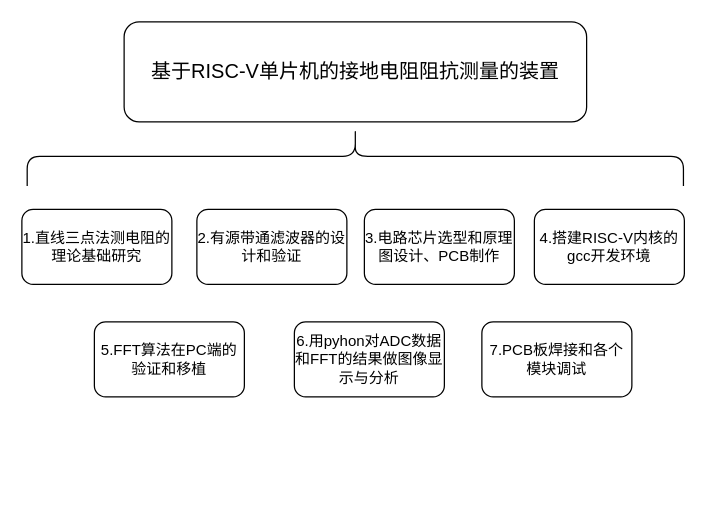
The draw.io diagram Untitled Diagram.drawio in muxi01/process_scheme, before the edit. Source tidied: cells renumbered, new cells numbered last; positions are measured from the earlier drawing's top-left corner, leaving out a move shared by most shapes. Both pictures are drawn from the tidied source at 125%, with x=0, y=0 at pixel (21, -172).
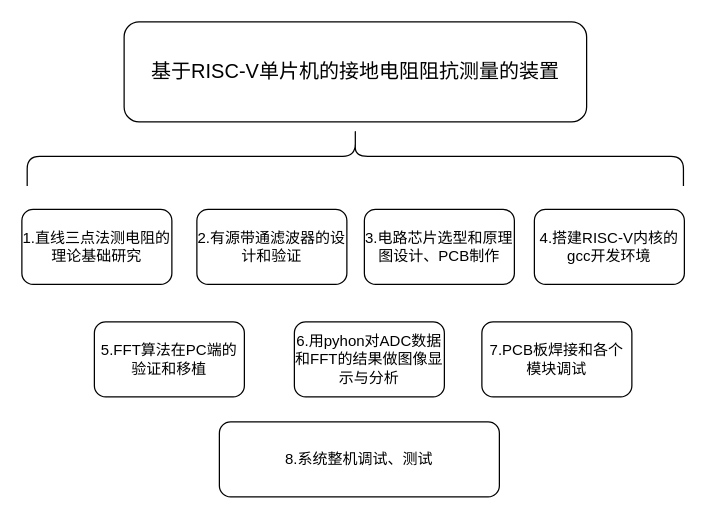
After the change.

Commit message:
更新系统调试测试

What changed in the source:
```diff
@@
 <mxGraphModel>
   <root>
     <mxCell id="0" />
     <mxCell id="1" parent="0" />
     <mxCell id="2" value="&lt;div style=&quot;line-height: 1.15; font-size: 14px;&quot;&gt;&lt;span style=&quot;font-size: 16px; font-family: SimSun, STSong;&quot;&gt;基于RISC-V单片机的接地电阻阻抗测量的装置&lt;/span&gt;&lt;/div&gt;" style="rounded=1;whiteSpace=wrap;html=1;" parent="1" vertex="1">
       <mxGeometry x="81.8" y="155" width="370" height="80" as="geometry" />
     </mxCell>
     <mxCell id="3" value="1.直线三点法测电阻的理论基础研究" style="rounded=1;whiteSpace=wrap;html=1;" parent="1" vertex="1">
       <mxGeometry y="305" width="120" height="60" as="geometry" />
     </mxCell>
     <mxCell id="4" value="2.有源带通滤波器的设计和验证" style="rounded=1;whiteSpace=wrap;html=1;" parent="1" vertex="1">
       <mxGeometry x="140" y="305" width="120" height="60" as="geometry" />
     </mxCell>
     <mxCell id="5" value="3.电路芯片选型和原理图设计、PCB制作" style="rounded=1;whiteSpace=wrap;html=1;" parent="1" vertex="1">
       <mxGeometry x="274" y="305" width="120" height="60" as="geometry" />
     </mxCell>
     <mxCell id="6" value="4.搭建RISC-V内核的gcc开发环境" style="rounded=1;whiteSpace=wrap;html=1;" parent="1" vertex="1">
       <mxGeometry x="410" y="305" width="120" height="60" as="geometry" />
     </mxCell>
     <mxCell id="7" value="5.FFT算法在PC端的验证和移植" style="rounded=1;whiteSpace=wrap;html=1;" parent="1" vertex="1">
       <mxGeometry x="58" y="395" width="120" height="60" as="geometry" />
     </mxCell>
     <mxCell id="8" value="6.用pyhon对ADC数据和FFT的结果做图像显示与分析" style="rounded=1;whiteSpace=wrap;html=1;" parent="1" vertex="1">
       <mxGeometry x="218" y="395" width="120" height="60" as="geometry" />
     </mxCell>
     <mxCell id="9" value="7.PCB板焊接和各个模块调试" style="rounded=1;whiteSpace=wrap;html=1;" parent="1" vertex="1">
       <mxGeometry x="368" y="395" width="120" height="60" as="geometry" />
     </mxCell>
     <mxCell id="10" style="shape=curlyBracket;whiteSpace=wrap;html=1;rounded=1;flipH=1;rotation=-90;" parent="1" vertex="1">
       <mxGeometry x="243" width="47.5" height="525" as="geometry" />
     </mxCell>
+    <mxCell id="11" value="8.系统整机调试、测试" style="rounded=1;whiteSpace=wrap;html=1;" parent="1" vertex="1">
+      <mxGeometry x="158" y="475" width="224" height="60" as="geometry" />
+    </mxCell>
   </root>
 </mxGraphModel>
```
